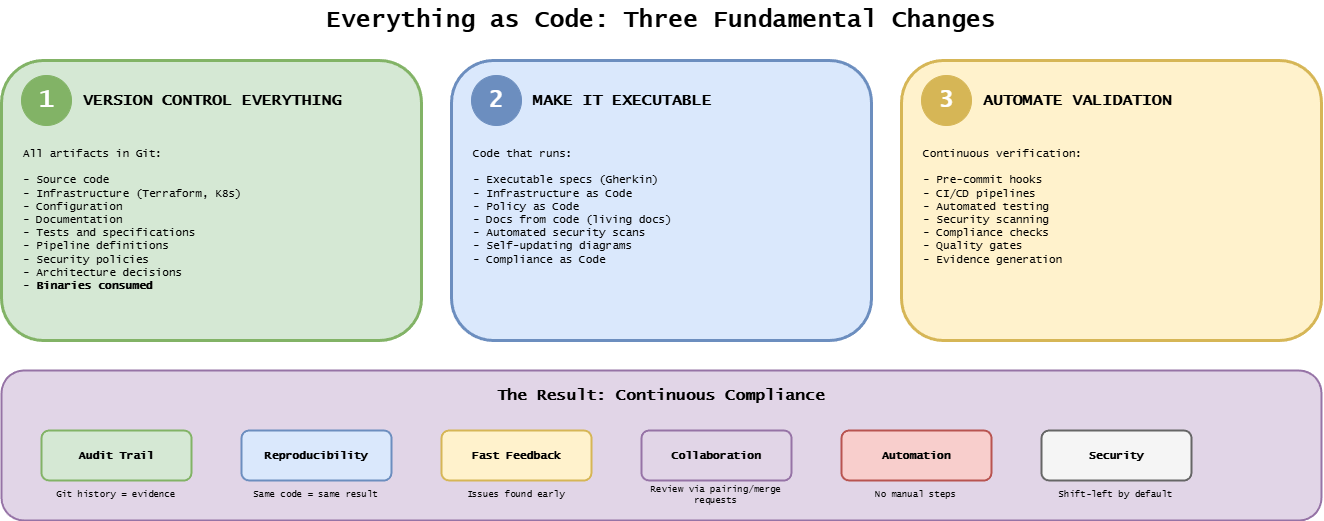
This is docs/assets/assisted/11-everything-as-code.drawio.png from ready-to-release/eac, a draw.io export, as it was before one commit. Source tidied: cells renumbered, new cells last; positions are measured from the earlier drawing's top-left corner, leaving out a move shared by most shapes.
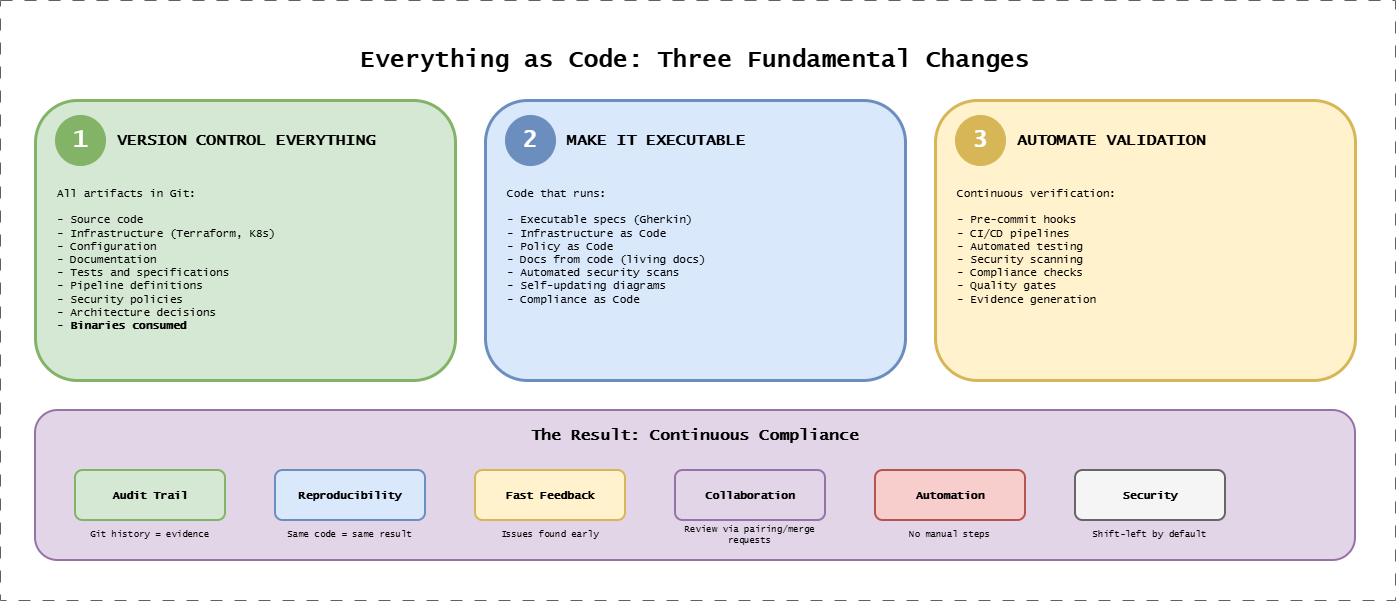
The same diagram one commit later.

Change to the diagram source:
```diff
@@ -83,5 +83,8 @@
     <mxCell id="28" value="Shift-left by default" style="text;html=1;strokeColor=none;fillColor=none;align=center;verticalAlign=middle;whiteSpace=wrap;rounded=0;fontFamily=Lucida Console;fontSize=9;" parent="1" vertex="1">
       <mxGeometry x="1040" y="485" width="150" height="20" as="geometry" />
     </mxCell>
+    <mxCell id="29" style="group;strokeColor=#616161;dashed=1;dashPattern=12 12;fontFamily=Lucida Console;fontSize=19;fontStyle=1;" parent="1" vertex="1">
+      <mxGeometry x="-35" y="-40" width="1395" height="600" as="geometry" />
+    </mxCell>
   </root>
 </mxGraphModel>
```
